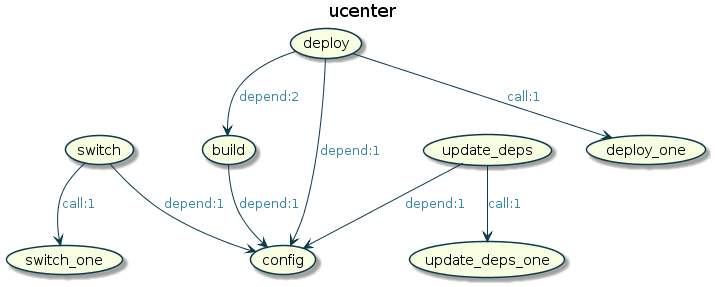
This is resources/readme/ucenter.png from jawira/phing-visualizer, a PlantUML export, as it was before one commit.
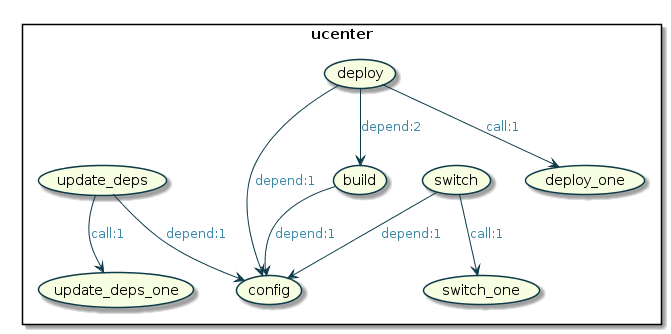
Above is the later version.

Change to the diagram source:
```diff
@@ -1,14 +1,14 @@
 @startuml
-title ucenter
 skinparam Arrow {
-    Color #0C3A49
-    FontColor #3787A6
+Color #0C3A49
+FontColor #3787A6
 }
 skinparam Usecase {
-    BackgroundColor #F7FEE1
-    BorderColor #0C3A49
+BackgroundColor #F7FEE1
+BorderColor #0C3A49
 }
 
+rectangle "ucenter" {
 (config)
 (build)
 (deploy)
@@ -17,6 +17,7 @@
 (switch_one)
 (update_deps)
 (update_deps_one)
+}
 
 (build) --> (config) : depend:1
 (deploy) --> (deploy_one) : call:1
```
